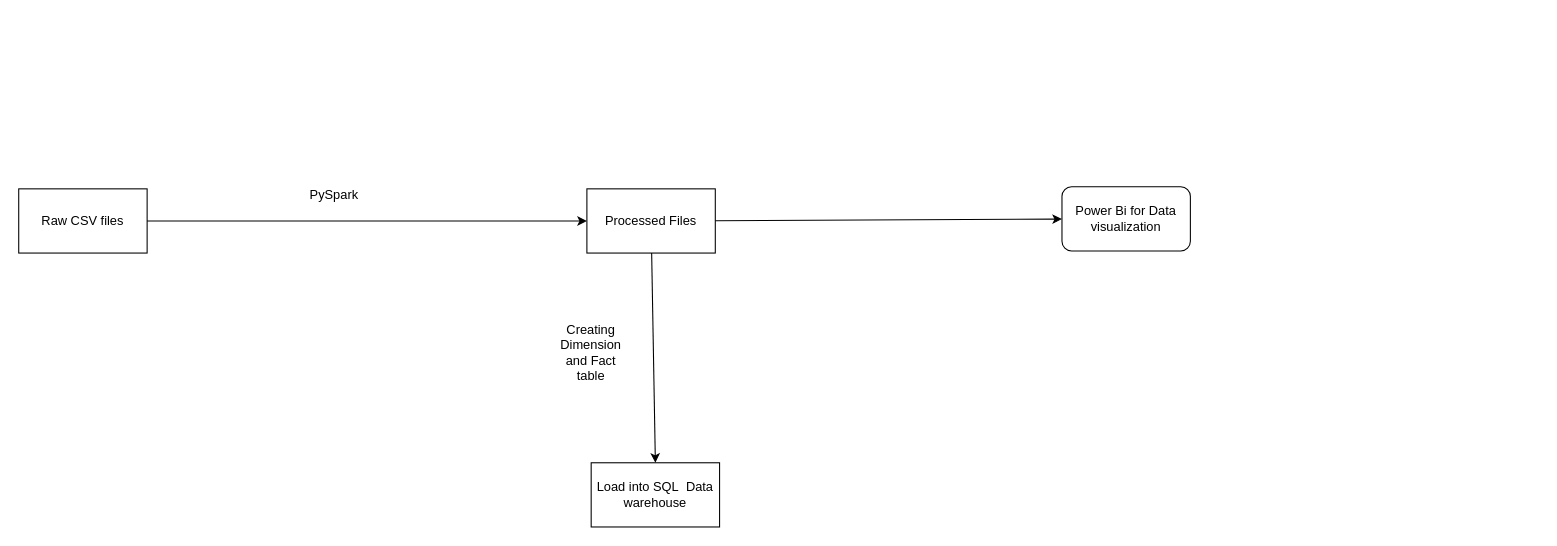
The draw.io diagram Architecture Diagram/Architecture.drawio in kganesh06/DataEngineering-Project, before the edit. Source tidied: cells renumbered, new cells numbered last; positions are measured from the earlier drawing's top-left corner, leaving out a move shared by most shapes. Both pictures are drawn from the tidied source at 107%, with x=0, y=0 at pixel (18, 179).
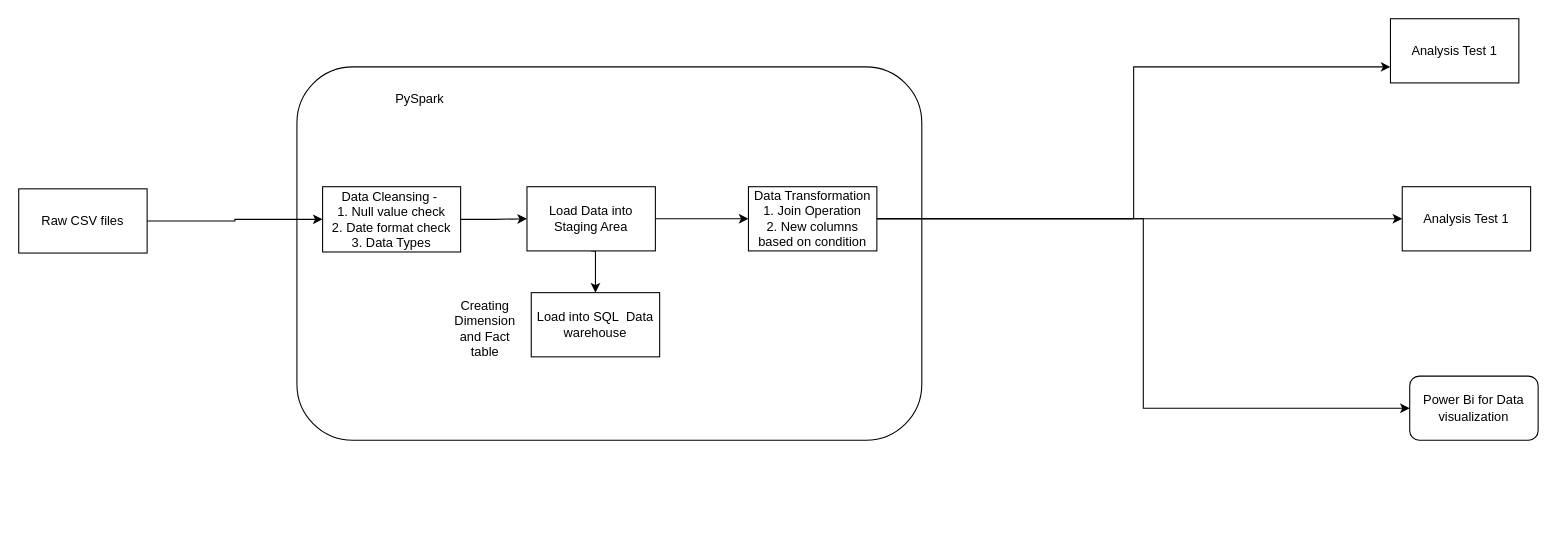
The same page after the edit.

The edit, as a diff of the source:
```diff
@@
 <mxGraphModel>
   <root>
     <mxCell id="0" />
     <mxCell id="1" parent="0" />
+    <mxCell id="11" style="edgeStyle=orthogonalEdgeStyle;rounded=0;jettySize=auto;html=1;exitX=1;exitY=0.5;exitDx=0;exitDy=0;entryX=0;entryY=0.5;entryDx=0;entryDy=0;" parent="1" edge="1" source="2" target="13">
+      <mxGeometry relative="1" as="geometry" />
+    </mxCell>
     <mxCell id="2" value="Raw CSV files" style="rounded=0;whiteSpace=wrap;html=1;" parent="1" vertex="1">
       <mxGeometry y="9" width="120" height="60" as="geometry" />
     </mxCell>
-    <mxCell id="3" value="Processed Files" style="rounded=0;whiteSpace=wrap;html=1;" parent="1" vertex="1">
-      <mxGeometry x="531" y="9" width="120" height="60" as="geometry" />
-    </mxCell>
     <mxCell id="4" value="Load into SQL&amp;nbsp; Data warehouse" style="rounded=0;whiteSpace=wrap;html=1;" parent="1" vertex="1">
-      <mxGeometry x="535" y="265" width="120" height="60" as="geometry" />
+      <mxGeometry x="479" y="106" width="120" height="60" as="geometry" />
     </mxCell>
-    <mxCell id="5" style="endArrow=classic;html=1;rounded=0;exitX=1;exitY=0.5;exitDx=0;exitDy=0;entryX=0;entryY=0.5;entryDx=0;entryDy=0;" parent="1" edge="1" source="2" target="3">
-      <mxGeometry relative="1" as="geometry" />
-    </mxCell>
     <mxCell id="6" value="PySpark" style="text;html=1;strokeColor=none;fillColor=none;align=center;verticalAlign=middle;whiteSpace=wrap;rounded=0;" parent="1" vertex="1">
-      <mxGeometry x="230" width="130" height="30" as="geometry" />
+      <mxGeometry x="310" y="-90" width="130" height="30" as="geometry" />
     </mxCell>
-    <mxCell id="7" style="endArrow=classic;html=1;rounded=0;entryX=0.5;entryY=0;entryDx=0;entryDy=0;" parent="1" edge="1" source="3" target="4">
-      <mxGeometry relative="1" as="geometry" />
-    </mxCell>
     <mxCell id="8" value="Creating Dimension and Fact table" style="text;html=1;strokeColor=none;fillColor=none;align=center;verticalAlign=middle;whiteSpace=wrap;rounded=0;" parent="1" vertex="1">
-      <mxGeometry x="505" y="147" width="60" height="30" as="geometry" />
+      <mxGeometry x="406" y="125" width="60" height="30" as="geometry" />
     </mxCell>
     <mxCell id="9" value="Power Bi for Data visualization" style="rounded=1;whiteSpace=wrap;html=1;" parent="1" vertex="1">
-      <mxGeometry x="975" y="7" width="120" height="60" as="geometry" />
+      <mxGeometry x="1300" y="184" width="120" height="60" as="geometry" />
     </mxCell>
-    <mxCell id="10" style="endArrow=classic;html=1;rounded=0;" parent="1" edge="1" source="3" target="9">
-      <mxGeometry relative="1" as="geometry" />
-    </mxCell>
+    <mxCell id="12" style="edgeStyle=orthogonalEdgeStyle;rounded=0;jettySize=auto;html=1;exitX=1;exitY=0.5;exitDx=0;exitDy=0;entryX=0;entryY=0.5;entryDx=0;entryDy=0;" parent="1" edge="1" source="13" target="16">
+      <mxGeometry relative="1" as="geometry" />
+    </mxCell>
+    <mxCell id="13" value="Data Cleansing -&amp;nbsp;&lt;br&gt;1. Null value check&lt;br&gt;2. Date format check&lt;br&gt;3. Data Types" style="rounded=0;whiteSpace=wrap;html=1;" parent="1" vertex="1">
+      <mxGeometry x="284" y="7" width="129" height="61" as="geometry" />
+    </mxCell>
+    <mxCell id="14" style="edgeStyle=orthogonalEdgeStyle;rounded=0;jettySize=auto;html=1;exitX=1;exitY=0.5;exitDx=0;exitDy=0;entryX=0;entryY=0.5;entryDx=0;entryDy=0;" parent="1" edge="1" source="16" target="20">
+      <mxGeometry relative="1" as="geometry" />
+    </mxCell>
+    <mxCell id="15" style="edgeStyle=orthogonalEdgeStyle;rounded=0;jettySize=auto;html=1;exitX=0.5;exitY=1;exitDx=0;exitDy=0;entryX=0.5;entryY=0;entryDx=0;entryDy=0;" parent="1" edge="1" source="16" target="4">
+      <mxGeometry relative="1" as="geometry" />
+    </mxCell>
+    <mxCell id="16" value="Load Data into Staging Area" style="whiteSpace=wrap;html=1;" parent="1" vertex="1">
+      <mxGeometry x="475" y="7" width="120" height="60" as="geometry" />
+    </mxCell>
+    <mxCell id="17" style="edgeStyle=orthogonalEdgeStyle;rounded=0;jettySize=auto;html=1;exitX=1;exitY=0.5;exitDx=0;exitDy=0;entryX=0;entryY=0.75;entryDx=0;entryDy=0;" parent="1" edge="1" source="20" target="21">
+      <mxGeometry relative="1" as="geometry" />
+    </mxCell>
+    <mxCell id="18" style="edgeStyle=orthogonalEdgeStyle;rounded=0;jettySize=auto;html=1;exitX=1;exitY=0.5;exitDx=0;exitDy=0;entryX=0;entryY=0.5;entryDx=0;entryDy=0;" parent="1" edge="1" source="20" target="22">
+      <mxGeometry relative="1" as="geometry" />
+    </mxCell>
+    <mxCell id="19" style="edgeStyle=orthogonalEdgeStyle;rounded=0;jettySize=auto;html=1;exitX=1;exitY=0.5;exitDx=0;exitDy=0;entryX=0;entryY=0.5;entryDx=0;entryDy=0;" parent="1" edge="1" source="20" target="9">
+      <mxGeometry relative="1" as="geometry" />
+    </mxCell>
+    <mxCell id="20" value="Data Transformation&lt;br&gt;1. Join Operation&lt;br&gt;2. New columns based on condition" style="whiteSpace=wrap;html=1;" parent="1" vertex="1">
+      <mxGeometry x="682" y="7" width="120" height="60" as="geometry" />
+    </mxCell>
+    <mxCell id="21" value="Analysis Test 1" style="whiteSpace=wrap;html=1;" parent="1" vertex="1">
+      <mxGeometry x="1282" y="-150" width="120" height="60" as="geometry" />
+    </mxCell>
+    <mxCell id="22" value="Analysis Test 1" style="whiteSpace=wrap;html=1;" parent="1" vertex="1">
+      <mxGeometry x="1293" y="7" width="120" height="60" as="geometry" />
+    </mxCell>
+    <mxCell id="23" style="rounded=1;whiteSpace=wrap;html=1;fillColor=none;" parent="1" vertex="1">
+      <mxGeometry x="260" y="-105" width="584" height="349" as="geometry" />
+    </mxCell>
   </root>
 </mxGraphModel>
```
